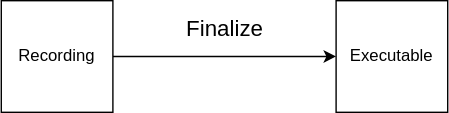
codeplaysoftware/standards-proposals keeps this draw.io diagram as graphs/images/command_graph-state.svg. Above is the earlier version. Source tidied: cells renumbered, new cells last; positions are measured from the earlier drawing's top-left corner, leaving out a move shared by most shapes.
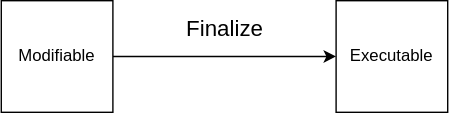
Above is the later version.

Commit message:
Rename recordable graph state

Rename the `recordable` graph state to `modifiable`, so that
is more generic for when an explicit API is added.

Additionally, make `finalize()` a `const` function.

The edit, as a diff of the source:
```diff
@@ -5,7 +5,7 @@
     <mxCell id="2" value="&lt;font style=&quot;font-size: 16px&quot;&gt;Finalize&lt;/font&gt;" style="edgeStyle=orthogonalEdgeStyle;rounded=0;jettySize=auto;html=1;exitX=1;exitY=0.5;exitDx=0;exitDy=0;entryX=0;entryY=0.5;entryDx=0;entryDy=0;" parent="1" edge="1" source="3" target="4">
       <mxGeometry y="20" relative="1" as="geometry" />
     </mxCell>
-    <mxCell id="3" value="Recording" style="whiteSpace=wrap;html=1;" parent="1" vertex="1">
+    <mxCell id="3" value="Modifiable" style="whiteSpace=wrap;html=1;" parent="1" vertex="1">
       <mxGeometry width="80" height="80" as="geometry" />
     </mxCell>
     <mxCell id="4" value="Executable" style="whiteSpace=wrap;html=1;" parent="1" vertex="1">
```
